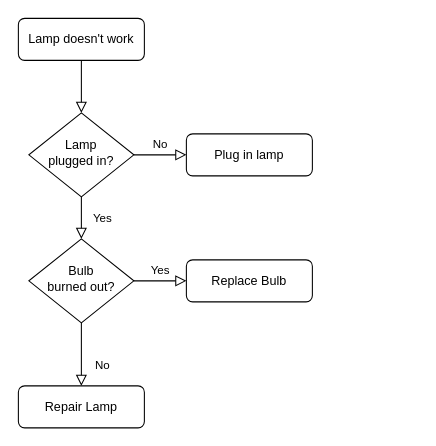
The draw.io diagram Untitled Diagram.drawio in brcarry/hello-world, before the edit. Source tidied: cells renumbered, new cells numbered last; positions are measured from the earlier drawing's top-left corner, leaving out a move shared by most shapes. Both pictures are drawn from the tidied source at 105%, with x=0, y=0 at pixel (18, 18).
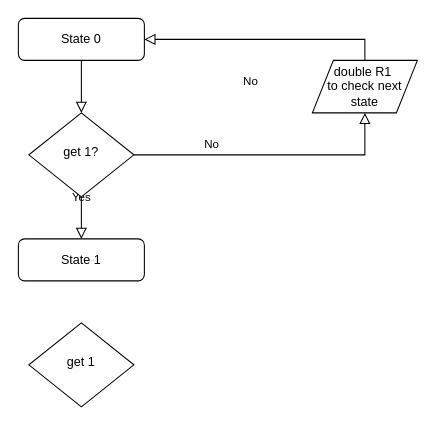
The same diagram, later.

The edit, as a diff of the source:
```diff
@@
 <mxGraphModel>
   <root>
     <mxCell id="0" />
     <mxCell id="1" parent="0" />
     <mxCell id="2" style="rounded=0;html=1;jettySize=auto;fontSize=11;endArrow=block;endFill=0;endSize=8;strokeWidth=1;shadow=0;labelBackgroundColor=none;edgeStyle=orthogonalEdgeStyle;" parent="1" edge="1" source="3" target="6">
       <mxGeometry relative="1" as="geometry" />
     </mxCell>
-    <mxCell id="3" value="Lamp doesn't work" style="rounded=1;whiteSpace=wrap;html=1;fontSize=12;glass=0;strokeWidth=1;shadow=0;" parent="1" vertex="1">
+    <mxCell id="3" value="State 0" style="rounded=1;whiteSpace=wrap;html=1;fontSize=12;glass=0;strokeWidth=1;shadow=0;" parent="1" vertex="1">
       <mxGeometry width="120" height="40" as="geometry" />
     </mxCell>
-    <mxCell id="4" value="Yes" style="rounded=0;html=1;jettySize=auto;fontSize=11;endArrow=block;endFill=0;endSize=8;strokeWidth=1;shadow=0;labelBackgroundColor=none;edgeStyle=orthogonalEdgeStyle;" parent="1" edge="1" source="6" target="10">
-      <mxGeometry y="20" relative="1" as="geometry" />
+    <mxCell id="4" value="Yes" style="rounded=0;html=1;jettySize=auto;fontSize=11;endArrow=block;endFill=0;endSize=8;strokeWidth=1;shadow=0;labelBackgroundColor=none;edgeStyle=orthogonalEdgeStyle;" parent="1" edge="1" source="6">
+      <mxGeometry y="20" relative="1" as="geometry">
+        <mxPoint x="60" y="210" as="targetPoint" />
+      </mxGeometry>
     </mxCell>
-    <mxCell id="5" value="No" style="edgeStyle=orthogonalEdgeStyle;rounded=0;html=1;jettySize=auto;fontSize=11;endArrow=block;endFill=0;endSize=8;strokeWidth=1;shadow=0;labelBackgroundColor=none;" parent="1" edge="1" source="6" target="7">
-      <mxGeometry y="10" relative="1" as="geometry" />
+    <mxCell id="5" value="No" style="edgeStyle=orthogonalEdgeStyle;rounded=0;html=1;jettySize=auto;fontSize=11;endArrow=block;endFill=0;endSize=8;strokeWidth=1;shadow=0;labelBackgroundColor=none;entryX=1;entryY=0.5;entryDx=0;entryDy=0;startArrow=none;exitX=0.5;exitY=0;exitDx=0;exitDy=0;" parent="1" edge="1" source="14" target="3">
+      <mxGeometry x="0.44" y="100" relative="1" as="geometry" />
     </mxCell>
-    <mxCell id="6" value="Lamp&lt;br&gt;plugged in?" style="rhombus;whiteSpace=wrap;html=1;shadow=0;fontFamily=Helvetica;fontSize=12;align=center;strokeWidth=1;spacing=6;spacingTop=-4;" parent="1" vertex="1">
+    <mxCell id="6" value="get 1?" style="rhombus;whiteSpace=wrap;html=1;shadow=0;fontFamily=Helvetica;fontSize=12;align=center;strokeWidth=1;spacing=6;spacingTop=-4;" parent="1" vertex="1">
       <mxGeometry x="10" y="90" width="100" height="80" as="geometry" />
     </mxCell>
-    <mxCell id="7" value="Plug in lamp" style="rounded=1;whiteSpace=wrap;html=1;fontSize=12;glass=0;strokeWidth=1;shadow=0;" parent="1" vertex="1">
-      <mxGeometry x="160" y="110" width="120" height="40" as="geometry" />
-    </mxCell>
+    <mxCell id="11" value="State 1" style="rounded=1;whiteSpace=wrap;html=1;fontSize=12;glass=0;strokeWidth=1;shadow=0;" parent="1" vertex="1">
+      <mxGeometry y="210" width="120" height="40" as="geometry" />
+    </mxCell>
+    <mxCell id="13" value="get 1" style="rhombus;whiteSpace=wrap;html=1;shadow=0;fontFamily=Helvetica;fontSize=12;align=center;strokeWidth=1;spacing=6;spacingTop=-4;" parent="1" vertex="1">
+      <mxGeometry x="10" y="290" width="100" height="80" as="geometry" />
+    </mxCell>
+    <mxCell id="14" value="double R1&amp;nbsp;&lt;br&gt;to check next state" style="shape=parallelogram;perimeter=parallelogramPerimeter;whiteSpace=wrap;html=1;fixedSize=1;" parent="1" vertex="1">
+      <mxGeometry x="280" y="40" width="100" height="50" as="geometry" />
+    </mxCell>
-    <mxCell id="8" value="No" style="rounded=0;html=1;jettySize=auto;fontSize=11;endArrow=block;endFill=0;endSize=8;strokeWidth=1;shadow=0;labelBackgroundColor=none;edgeStyle=orthogonalEdgeStyle;" parent="1" edge="1" source="10" target="11">
-      <mxGeometry x="0.33" y="20" relative="1" as="geometry" />
+    <mxCell id="8" value="No" style="edgeStyle=orthogonalEdgeStyle;rounded=0;html=1;jettySize=auto;fontSize=11;endArrow=block;endFill=0;endSize=8;strokeWidth=1;shadow=0;labelBackgroundColor=none;entryX=0.5;entryY=1;entryDx=0;entryDy=0;startArrow=none;exitX=1;exitY=0.5;exitDx=0;exitDy=0;" parent="1" edge="1" source="6" target="14">
+      <mxGeometry x="-0.15" y="70" relative="1" as="geometry" />
     </mxCell>
-    <mxCell id="9" value="Yes" style="edgeStyle=orthogonalEdgeStyle;rounded=0;html=1;jettySize=auto;fontSize=11;endArrow=block;endFill=0;endSize=8;strokeWidth=1;shadow=0;labelBackgroundColor=none;" parent="1" edge="1" source="10" target="12">
-      <mxGeometry y="10" relative="1" as="geometry" />
-    </mxCell>
-    <mxCell id="10" value="Bulb&lt;br&gt;burned out?" style="rhombus;whiteSpace=wrap;html=1;shadow=0;fontFamily=Helvetica;fontSize=12;align=center;strokeWidth=1;spacing=6;spacingTop=-4;" parent="1" vertex="1">
-      <mxGeometry x="10" y="210" width="100" height="80" as="geometry" />
-    </mxCell>
-    <mxCell id="11" value="Repair Lamp" style="rounded=1;whiteSpace=wrap;html=1;fontSize=12;glass=0;strokeWidth=1;shadow=0;" parent="1" vertex="1">
-      <mxGeometry y="350" width="120" height="40" as="geometry" />
-    </mxCell>
-    <mxCell id="12" value="Replace Bulb" style="rounded=1;whiteSpace=wrap;html=1;fontSize=12;glass=0;strokeWidth=1;shadow=0;" parent="1" vertex="1">
-      <mxGeometry x="160" y="230" width="120" height="40" as="geometry" />
-    </mxCell>
   </root>
 </mxGraphModel>
```
